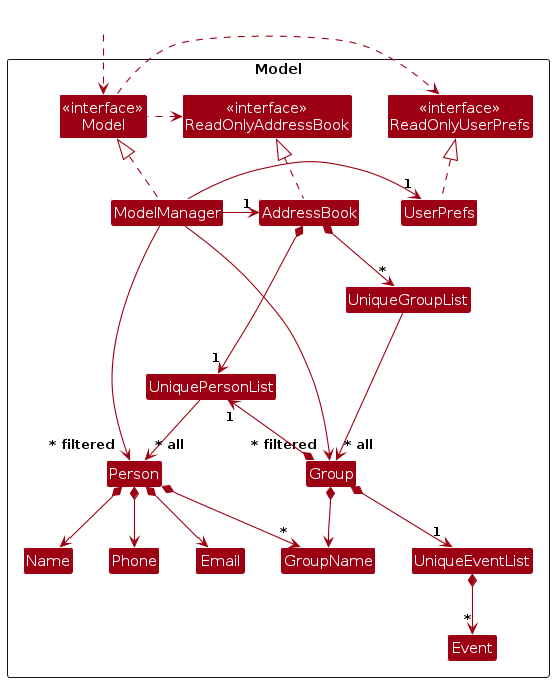
GuoGangQuan/tp keeps this PlantUML diagram as diagrams/ModelClassDiagram.png. Above is the earlier version. Its source is kept beside it as diagrams/ModelClassDiagram.puml. Its diagram source:
```plantuml
@startuml
!include style.puml
skinparam arrowThickness 1.1
skinparam arrowColor MODEL_COLOR
skinparam classBackgroundColor MODEL_COLOR

Package Model as ModelPackage <<Rectangle>>{
Class "<<interface>>\nReadOnlyAddressBook" as ReadOnlyAddressBook
Class "<<interface>>\nReadOnlyUserPrefs" as ReadOnlyUserPrefs
Class "<<interface>>\nModel" as Model
Class AddressBook
Class ModelManager
Class UserPrefs

Class UniquePersonList
Class Person
Class Email
Class Name
Class Phone
Class GroupName

Class UniqueGroupList
Class Group
Class Name

Class UniqueEventList
Class Event {
    description
}

Class I #FFFFFF
}

Class HiddenOutside #FFFFFF
HiddenOutside ..> Model

AddressBook .up.|> ReadOnlyAddressBook

ModelManager .up.|> Model
Model .right.> ReadOnlyUserPrefs
Model .left.> ReadOnlyAddressBook
ModelManager -left-> "1" AddressBook
ModelManager -right-> "1" UserPrefs
UserPrefs .up.|> ReadOnlyUserPrefs

AddressBook *--> "1" UniquePersonList
UniquePersonList --> "~* all" Person
Person *--> Name
Person *--> Phone
Person *--> Email
Person *--> "*" GroupName

Person -[hidden]up--> I
UniquePersonList -[hidden]left-> I

Name -[hidden]right-> Phone
Phone -[hidden]right-> Email
Email -[hidden]right-> GroupName

ModelManager --> "~* filtered" Person
ModelManager --> "~* filtered" Group

AddressBook *--> "~*" UniqueGroupList
UniqueGroupList --> "~* all" Group
Group *--> GroupName
Group *-up-> "1" UniquePersonList
Group *--> "1" UniqueEventList

UniqueEventList *--> "~*" Event

Group -[hidden]up--> I
UniqueGroupList -[hidden]right-> I
@enduml
```
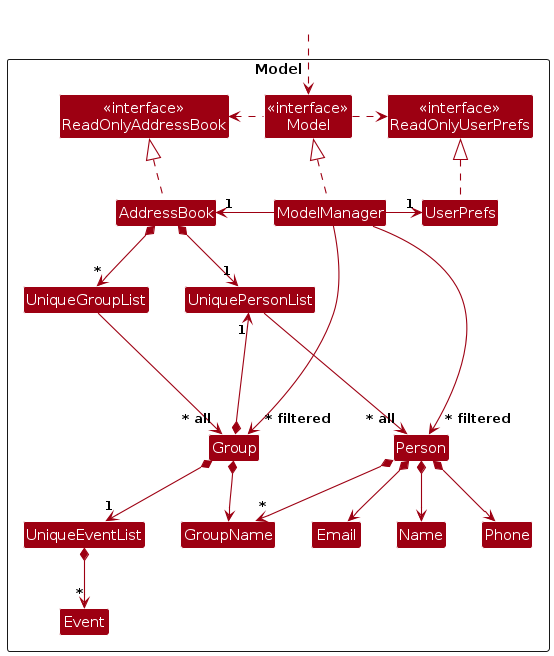
The same diagram one commit later.

What changed in the source:
```diff
@@ -51,7 +51,7 @@
 Person *--> "*" GroupName
 
 Person -[hidden]up--> I
-UniquePersonList -[hidden]left-> I
+UniquePersonList -[hidden]right-> I
 
 Name -[hidden]right-> Phone
 Phone -[hidden]right-> Email
@@ -69,5 +69,5 @@
 UniqueEventList *--> "~*" Event
 
 Group -[hidden]up--> I
-UniqueGroupList -[hidden]right-> I
+UniqueGroupList -[hidden]left-> I
 @enduml
```
